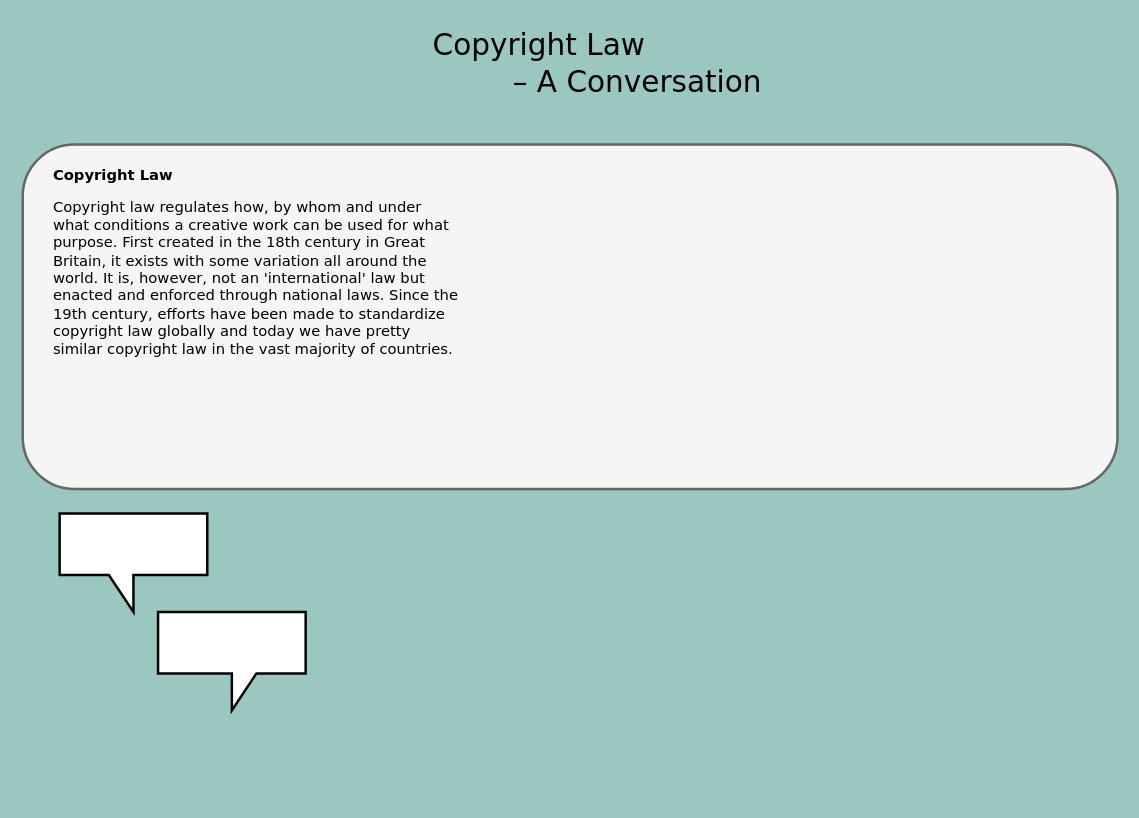
Before: copyright_conceptmap.drawio in arockenberger/cc-c_coursework, a draw.io diagram. Source tidied: cells renumbered, new cells numbered last; positions are measured from the earlier drawing's top-left corner, leaving out a move shared by most shapes. Both pictures are drawn from the tidied source at 123%, with x=0, y=0 at pixel (22, 21).
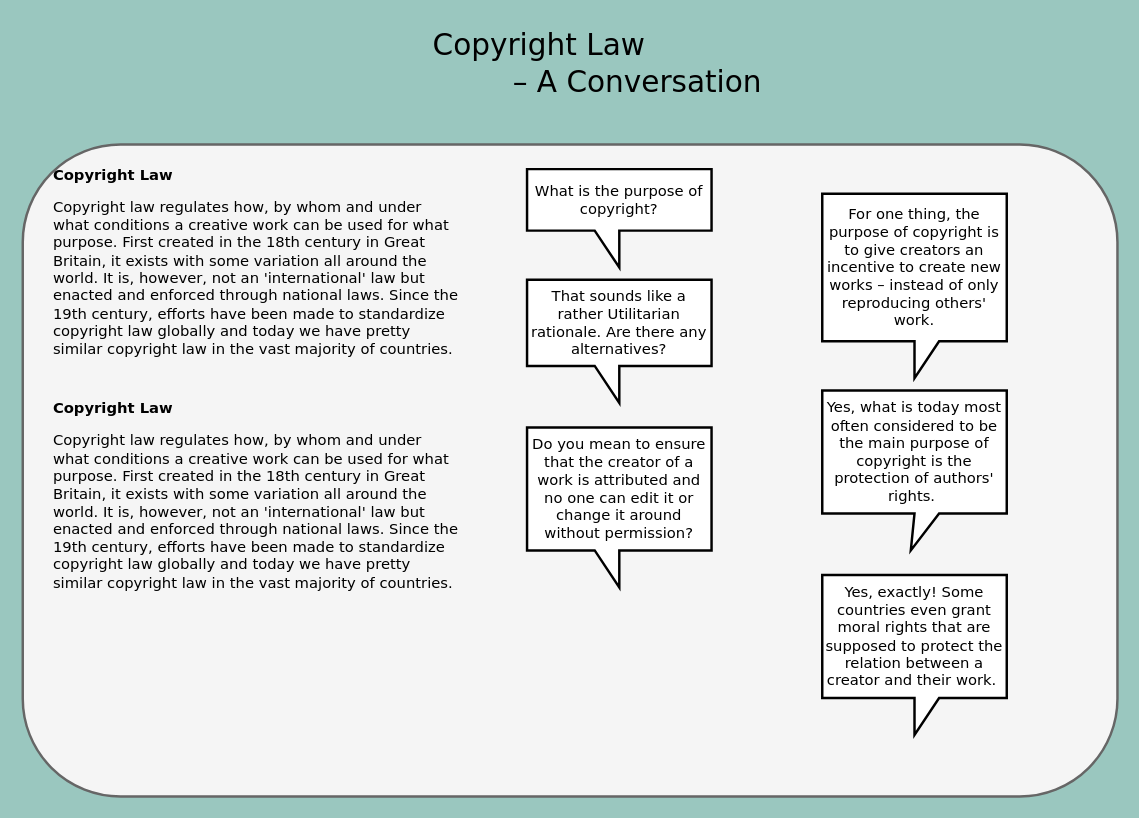
Above is the later version.

Commit message:
Added dialog on purpose of copyright

Diff of the diagram source:
```diff
@@
 <mxGraphModel background="#9AC7BF">
   <root>
     <mxCell id="0" />
     <mxCell id="1" parent="0" />
     <mxCell id="2" style="rounded=1;whiteSpace=wrap;html=1;strokeWidth=2;fontFamily=Verdana;fontSize=24;fillColor=#f5f5f5;strokeColor=#666666;fontColor=#333333;" parent="1" vertex="1">
-      <mxGeometry y="100" width="890" height="280" as="geometry" />
+      <mxGeometry y="100" width="890" height="530" as="geometry" />
     </mxCell>
-    <mxCell id="3" style="shape=callout;whiteSpace=wrap;html=1;perimeter=calloutPerimeter;strokeWidth=2;fontFamily=Verdana;" parent="1" vertex="1">
-      <mxGeometry x="110" y="480" width="120" height="80" as="geometry" />
+    <mxCell id="3" value="For one thing, the purpose of copyright is to give creators an incentive to create new works – instead of only reproducing others' work." style="shape=callout;whiteSpace=wrap;html=1;perimeter=calloutPerimeter;strokeWidth=2;fontFamily=Verdana;" parent="1" vertex="1">
+      <mxGeometry x="650" y="140" width="150" height="150" as="geometry" />
     </mxCell>
-    <mxCell id="4" style="shape=callout;whiteSpace=wrap;html=1;perimeter=calloutPerimeter;strokeWidth=2;fontFamily=Verdana;flipV=0;flipH=1;" parent="1" vertex="1">
-      <mxGeometry x="30" y="400" width="120" height="80" as="geometry" />
+    <mxCell id="4" value="What is the purpose of copyright?" style="shape=callout;whiteSpace=wrap;html=1;perimeter=calloutPerimeter;strokeWidth=2;fontFamily=Verdana;flipV=0;flipH=1;" parent="1" vertex="1">
+      <mxGeometry x="410" y="120" width="150" height="80" as="geometry" />
     </mxCell>
     <mxCell id="5" value="Copyright Law" style="text;html=1;strokeColor=none;fillColor=none;align=center;verticalAlign=middle;whiteSpace=wrap;rounded=0;fontFamily=Verdana;fontSize=24;" parent="1" vertex="1">
       <mxGeometry x="320" width="200" height="40" as="geometry" />
     </mxCell>
     <mxCell id="6" value="– A Conversation" style="text;html=1;strokeColor=none;fillColor=none;align=center;verticalAlign=middle;whiteSpace=wrap;rounded=0;fontFamily=Verdana;fontSize=24;" parent="1" vertex="1">
       <mxGeometry x="390" y="40" width="220" height="20" as="geometry" />
     </mxCell>
     <mxCell id="7" value="&lt;h1 style=&quot;font-size: 12px&quot;&gt;Copyright Law&lt;/h1&gt;&lt;p style=&quot;font-size: 12px&quot;&gt;Copyright law regulates how, by whom and under what conditions a creative work can be used for what purpose. First created in the 18th century in Great Britain, it exists with some variation all around the world. It is, however, not an 'international' law but enacted and enforced through national laws. Since the 19th century, efforts have been made to standardize copyright law globally and today we have pretty similar copyright law in the vast majority of countries.&lt;/p&gt;" style="text;html=1;strokeColor=none;fillColor=none;spacing=5;spacingTop=-20;whiteSpace=wrap;overflow=hidden;rounded=0;fontFamily=Verdana;fontSize=12;" parent="1" vertex="1">
-      <mxGeometry x="20" y="120" width="340" height="240" as="geometry" />
+      <mxGeometry x="20" y="120" width="340" height="170" as="geometry" />
     </mxCell>
+    <mxCell id="8" value="That sounds like a rather Utilitarian rationale. Are there any alternatives?" style="shape=callout;whiteSpace=wrap;html=1;perimeter=calloutPerimeter;strokeWidth=2;fontFamily=Verdana;fontSize=12;flipH=1;" parent="1" vertex="1">
+      <mxGeometry x="410" y="210" width="150" height="100" as="geometry" />
+    </mxCell>
+    <mxCell id="9" value="Yes, what is today most often considered to be the main purpose of copyright is the protection of authors' rights.&amp;nbsp;" style="shape=callout;whiteSpace=wrap;html=1;perimeter=calloutPerimeter;strokeWidth=2;fontFamily=Verdana;fontSize=12;position2=0.48;" parent="1" vertex="1">
+      <mxGeometry x="650" y="300" width="150" height="130" as="geometry" />
+    </mxCell>
+    <mxCell id="10" value="Do you mean to ensure that the creator of a work is attributed and no one can edit it or change it around without permission?" style="shape=callout;whiteSpace=wrap;html=1;perimeter=calloutPerimeter;strokeWidth=2;fontFamily=Verdana;fontSize=12;flipH=1;" parent="1" vertex="1">
+      <mxGeometry x="410" y="330" width="150" height="130" as="geometry" />
+    </mxCell>
+    <mxCell id="11" value="Yes, exactly! Some countries even grant moral rights that are supposed to protect the relation between a creator and their work.&amp;nbsp;" style="shape=callout;whiteSpace=wrap;html=1;perimeter=calloutPerimeter;strokeWidth=2;fontFamily=Verdana;fontSize=12;" parent="1" vertex="1">
+      <mxGeometry x="650" y="450" width="150" height="130" as="geometry" />
+    </mxCell>
+    <mxCell id="12" value="&lt;h1 style=&quot;font-size: 12px&quot;&gt;Copyright Law&lt;/h1&gt;&lt;p style=&quot;font-size: 12px&quot;&gt;Copyright law regulates how, by whom and under what conditions a creative work can be used for what purpose. First created in the 18th century in Great Britain, it exists with some variation all around the world. It is, however, not an 'international' law but enacted and enforced through national laws. Since the 19th century, efforts have been made to standardize copyright law globally and today we have pretty similar copyright law in the vast majority of countries.&lt;/p&gt;" style="text;html=1;strokeColor=none;fillColor=none;spacing=5;spacingTop=-20;whiteSpace=wrap;overflow=hidden;rounded=0;fontFamily=Verdana;fontSize=12;" parent="1" vertex="1">
+      <mxGeometry x="20" y="310" width="340" height="170" as="geometry" />
+    </mxCell>
   </root>
 </mxGraphModel>
```
